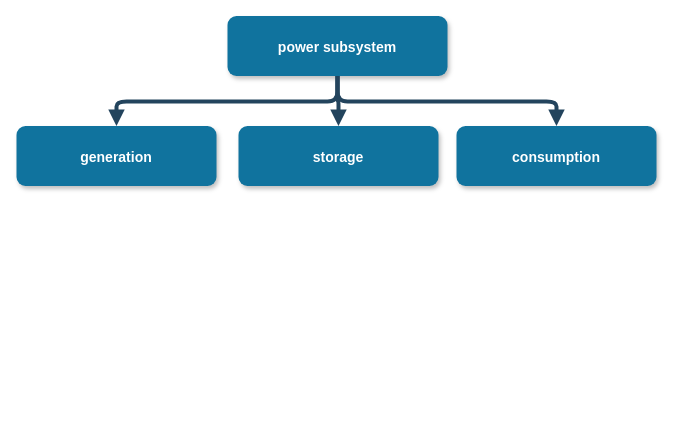
Before: Untitled Diagram.drawio in JanThoemel/matlabfunctions, a draw.io diagram. Source tidied: cells renumbered, new cells numbered last; positions are measured from the earlier drawing's top-left corner, leaving out a move shared by most shapes. Both pictures are drawn from the tidied source at 100%, with x=0, y=0 at pixel (16, 16).
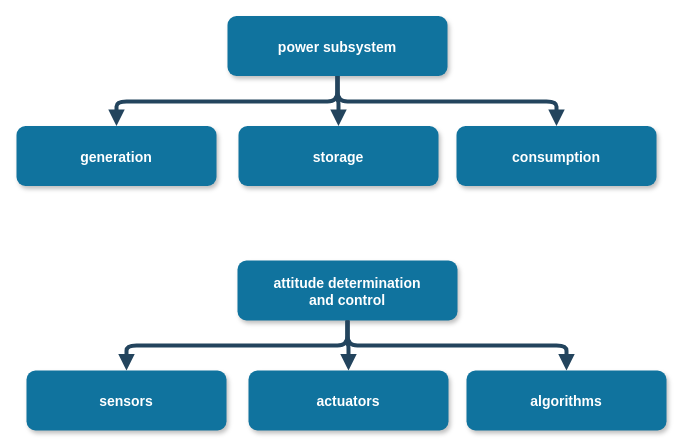
The same diagram, later.

Change to the diagram source:
```diff
@@
 <mxGraphModel>
   <root>
     <mxCell id="0" />
     <mxCell id="1" parent="0" />
     <mxCell id="2" value="power subsystem" style="rounded=1;fillColor=#10739E;strokeColor=none;shadow=1;gradientColor=none;fontStyle=1;fontColor=#FFFFFF;fontSize=14;" parent="1" vertex="1">
       <mxGeometry x="211" y="-0.5" width="220" height="60" as="geometry" />
     </mxCell>
     <mxCell id="3" value="generation" style="rounded=1;fillColor=#10739E;strokeColor=none;shadow=1;gradientColor=none;fontStyle=1;fontColor=#FFFFFF;fontSize=14;" parent="1" vertex="1">
       <mxGeometry y="109.5" width="200" height="60" as="geometry" />
     </mxCell>
     <mxCell id="4" value="storage" style="rounded=1;fillColor=#10739E;strokeColor=none;shadow=1;gradientColor=none;fontStyle=1;fontColor=#FFFFFF;fontSize=14;" parent="1" vertex="1">
       <mxGeometry x="222" y="109.5" width="200" height="60" as="geometry" />
     </mxCell>
     <mxCell id="5" value="consumption" style="rounded=1;fillColor=#10739E;strokeColor=none;shadow=1;gradientColor=none;fontStyle=1;fontColor=#FFFFFF;fontSize=14;" parent="1" vertex="1">
       <mxGeometry x="440" y="109.5" width="200" height="60" as="geometry" />
     </mxCell>
     <mxCell id="6" style="edgeStyle=elbowEdgeStyle;elbow=vertical;strokeWidth=4;endArrow=block;endFill=1;fontStyle=1;strokeColor=#23445D;" parent="1" edge="1" source="2" target="4">
       <mxGeometry x="22" y="165.5" as="geometry" />
     </mxCell>
     <mxCell id="7" style="edgeStyle=elbowEdgeStyle;elbow=vertical;strokeWidth=4;endArrow=block;endFill=1;fontStyle=1;strokeColor=#23445D;" parent="1" edge="1" source="2" target="3">
       <mxGeometry x="22" y="165.5" as="geometry" />
     </mxCell>
     <mxCell id="8" style="edgeStyle=elbowEdgeStyle;elbow=vertical;strokeWidth=4;endArrow=block;endFill=1;fontStyle=1;strokeColor=#23445D;" parent="1" edge="1" source="2" target="5">
       <mxGeometry x="22" y="165.5" as="geometry" />
     </mxCell>
+    <mxCell id="9" value="attitude determination&#10;and control" style="rounded=1;fillColor=#10739E;strokeColor=none;shadow=1;gradientColor=none;fontStyle=1;fontColor=#FFFFFF;fontSize=14;" parent="1" vertex="1">
+      <mxGeometry x="221" y="244" width="220" height="60" as="geometry" />
+    </mxCell>
+    <mxCell id="10" value="sensors" style="rounded=1;fillColor=#10739E;strokeColor=none;shadow=1;gradientColor=none;fontStyle=1;fontColor=#FFFFFF;fontSize=14;" parent="1" vertex="1">
+      <mxGeometry x="10" y="354" width="200" height="60" as="geometry" />
+    </mxCell>
+    <mxCell id="11" value="actuators" style="rounded=1;fillColor=#10739E;strokeColor=none;shadow=1;gradientColor=none;fontStyle=1;fontColor=#FFFFFF;fontSize=14;" parent="1" vertex="1">
+      <mxGeometry x="232" y="354" width="200" height="60" as="geometry" />
+    </mxCell>
+    <mxCell id="12" value="algorithms" style="rounded=1;fillColor=#10739E;strokeColor=none;shadow=1;gradientColor=none;fontStyle=1;fontColor=#FFFFFF;fontSize=14;" parent="1" vertex="1">
+      <mxGeometry x="450" y="354" width="200" height="60" as="geometry" />
+    </mxCell>
+    <mxCell id="13" style="edgeStyle=elbowEdgeStyle;elbow=vertical;strokeWidth=4;endArrow=block;endFill=1;fontStyle=1;strokeColor=#23445D;" parent="1" edge="1" source="9" target="11">
+      <mxGeometry x="32" y="410" as="geometry" />
+    </mxCell>
+    <mxCell id="14" style="edgeStyle=elbowEdgeStyle;elbow=vertical;strokeWidth=4;endArrow=block;endFill=1;fontStyle=1;strokeColor=#23445D;" parent="1" edge="1" source="9" target="10">
+      <mxGeometry x="32" y="410" as="geometry" />
+    </mxCell>
+    <mxCell id="15" style="edgeStyle=elbowEdgeStyle;elbow=vertical;strokeWidth=4;endArrow=block;endFill=1;fontStyle=1;strokeColor=#23445D;" parent="1" edge="1" source="9" target="12">
+      <mxGeometry x="32" y="410" as="geometry" />
+    </mxCell>
   </root>
 </mxGraphModel>
```
